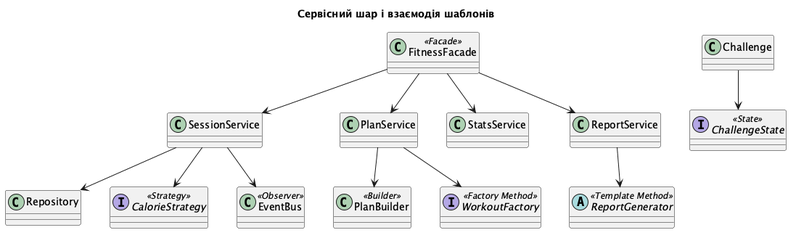
arara100/Gof-fitnes-app keeps this PlantUML diagram as docs/class_architecture.png. Above is the earlier version. The source it was exported from:
```plantuml
@startuml
skinparam classAttributeIconSize 0
skinparam shadowing false
skinparam nodesep 40
skinparam ranksep 50
title Сервісний шар і взаємодія шаблонів
class FitnessFacade <<Facade>>
class SessionService
class PlanService
class StatsService
class ReportService
class Repository
interface CalorieStrategy <<Strategy>>
class EventBus <<Observer>>
class PlanBuilder <<Builder>>
interface WorkoutFactory <<Factory Method>>
abstract class ReportGenerator <<Template Method>>
interface ChallengeState <<State>>
class Challenge
FitnessFacade --> SessionService
FitnessFacade --> PlanService
FitnessFacade --> StatsService
FitnessFacade --> ReportService
SessionService --> Repository
SessionService --> CalorieStrategy
SessionService --> EventBus
PlanService --> PlanBuilder
PlanService --> WorkoutFactory
ReportService --> ReportGenerator
Challenge --> ChallengeState
@enduml
```
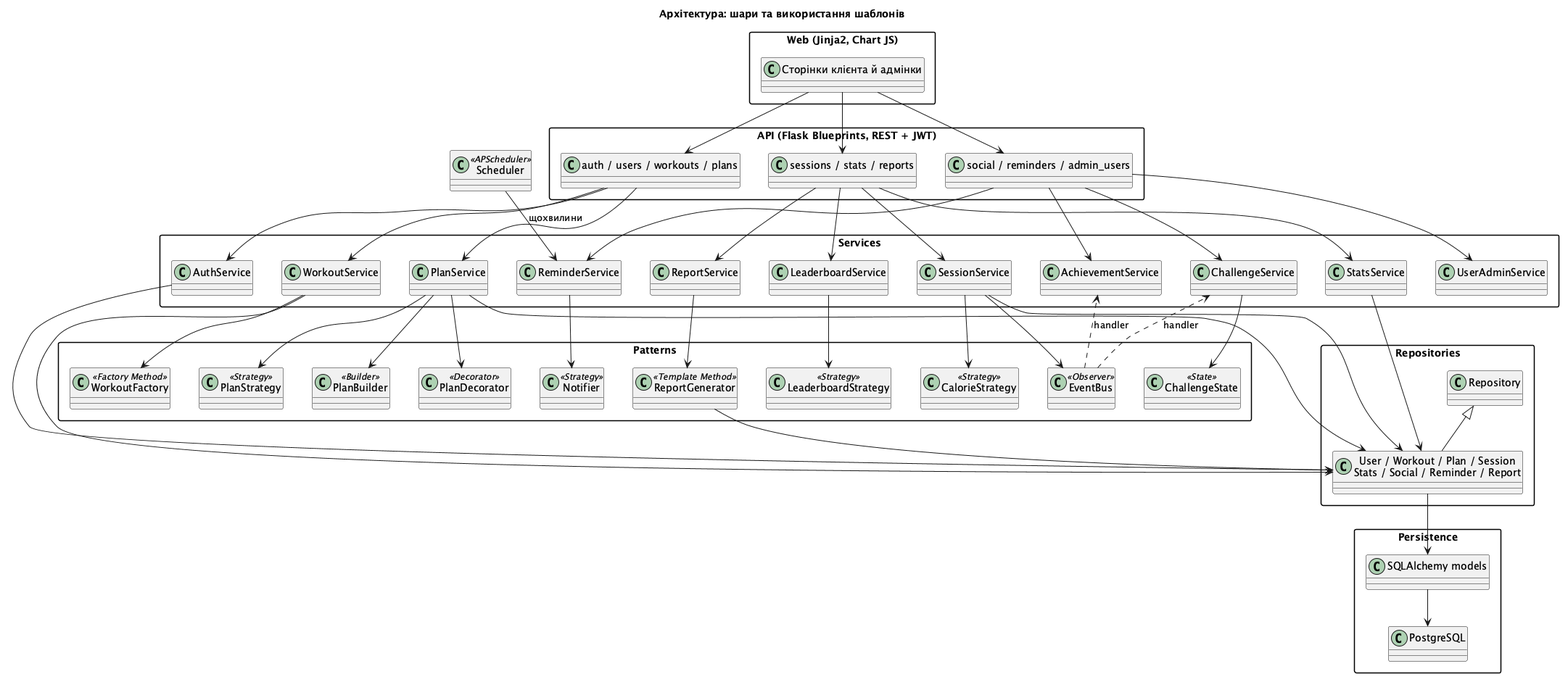
The same diagram one commit later.

What changed in the source:
```diff
@@ -3,29 +3,85 @@
 skinparam shadowing false
 skinparam nodesep 40
 skinparam ranksep 50
-title Сервісний шар і взаємодія шаблонів
-class FitnessFacade <<Facade>>
-class SessionService
-class PlanService
-class StatsService
-class ReportService
-class Repository
-interface CalorieStrategy <<Strategy>>
-class EventBus <<Observer>>
-class PlanBuilder <<Builder>>
-interface WorkoutFactory <<Factory Method>>
-abstract class ReportGenerator <<Template Method>>
-interface ChallengeState <<State>>
-class Challenge
-FitnessFacade --> SessionService
-FitnessFacade --> PlanService
-FitnessFacade --> StatsService
-FitnessFacade --> ReportService
-SessionService --> Repository
+title Архітектура: шари та використання шаблонів
+skinparam packageStyle rectangle
+package "Web (Jinja2, Chart JS)" {
+  class "Сторінки клієнта й адмінки" as Pages
+}
+package "API (Flask Blueprints, REST + JWT)" {
+  class "auth / users / workouts / plans" as Api1
+  class "sessions / stats / reports" as Api2
+  class "social / reminders / admin_users" as Api3
+}
+package "Services" {
+  class AuthService
+  class WorkoutService
+  class PlanService
+  class SessionService
+  class StatsService
+  class LeaderboardService
+  class AchievementService
+  class ChallengeService
+  class ReminderService
+  class ReportService
+  class UserAdminService
+}
+package "Patterns" {
+  class WorkoutFactory <<Factory Method>>
+  class PlanStrategy <<Strategy>>
+  class PlanBuilder <<Builder>>
+  class PlanDecorator <<Decorator>>
+  class CalorieStrategy <<Strategy>>
+  class EventBus <<Observer>>
+  class LeaderboardStrategy <<Strategy>>
+  class ChallengeState <<State>>
+  class Notifier <<Strategy>>
+  class ReportGenerator <<Template Method>>
+}
+package "Repositories" {
+  class Repository
+  class "User / Workout / Plan / Session\nStats / Social / Reminder / Report" as Repos
+  Repository <|-- Repos
+}
+package "Persistence" {
+  class "SQLAlchemy models" as Models
+  class "PostgreSQL" as Db
+}
+class Scheduler <<APScheduler>>
+
+Pages --> Api1
+Pages --> Api2
+Pages --> Api3
+Api1 --> AuthService
+Api1 --> WorkoutService
+Api1 --> PlanService
+Api2 --> SessionService
+Api2 --> StatsService
+Api2 --> ReportService
+Api2 --> LeaderboardService
+Api3 --> AchievementService
+Api3 --> ChallengeService
+Api3 --> ReminderService
+Api3 --> UserAdminService
+WorkoutService --> WorkoutFactory
+PlanService --> PlanStrategy
+PlanService --> PlanBuilder
+PlanService --> PlanDecorator
 SessionService --> CalorieStrategy
 SessionService --> EventBus
-PlanService --> PlanBuilder
-PlanService --> WorkoutFactory
+EventBus ..> AchievementService : handler
+EventBus ..> ChallengeService : handler
+LeaderboardService --> LeaderboardStrategy
+ChallengeService --> ChallengeState
+ReminderService --> Notifier
 ReportService --> ReportGenerator
-Challenge --> ChallengeState
+Scheduler --> ReminderService : щохвилини
+AuthService --> Repos
+WorkoutService --> Repos
+PlanService --> Repos
+SessionService --> Repos
+StatsService --> Repos
+ReportGenerator --> Repos
+Repos --> Models
+Models --> Db
 @enduml
```
